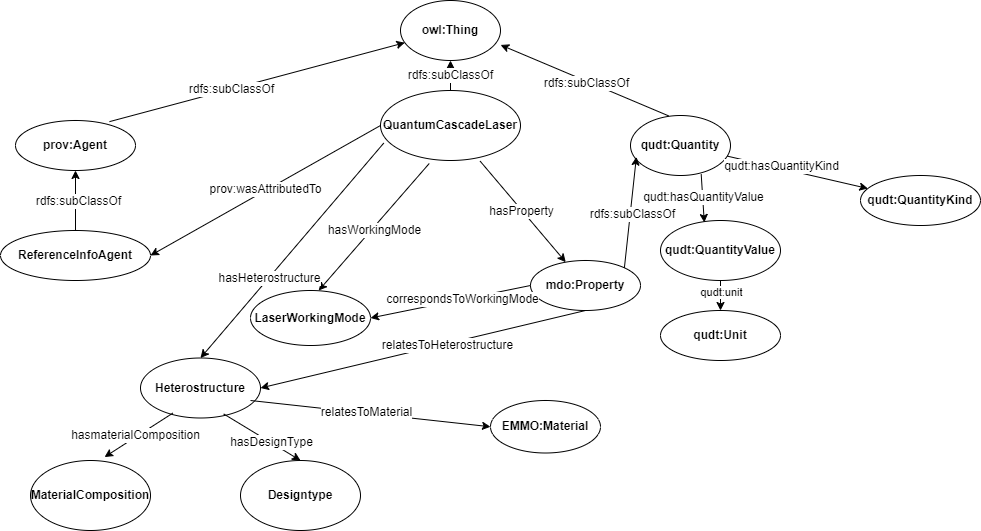
Earlier version of the draw.io export Figures/ontology_v1.png (DeperiasKerre/qcl_Onto). Source tidied: cells renumbered, new cells last; positions are measured from the earlier drawing's top-left corner, leaving out a move shared by most shapes. Source of this version:
```xml
<mxGraphModel>
  <root>
    <mxCell id="0" />
    <mxCell id="1" parent="0" />
    <mxCell id="2" value="&lt;b&gt;&lt;font style=&quot;font-size: 12px;&quot;&gt;owl:Thing&lt;/font&gt;&lt;/b&gt;" style="ellipse;whiteSpace=wrap;html=1;" parent="1" vertex="1">
      <mxGeometry x="400" width="100" height="60" as="geometry" />
    </mxCell>
    <mxCell id="3" value="&lt;b&gt;&lt;font style=&quot;font-size: 12px;&quot;&gt;QuantumCascadeLaser&lt;/font&gt;&lt;/b&gt;" style="ellipse;whiteSpace=wrap;html=1;" parent="1" vertex="1">
      <mxGeometry x="380" y="90" width="140" height="70" as="geometry" />
    </mxCell>
    <mxCell id="4" value="&lt;b&gt;&lt;font style=&quot;font-size: 12px;&quot;&gt;prov:Agent&lt;/font&gt;&lt;/b&gt;" style="ellipse;whiteSpace=wrap;html=1;" parent="1" vertex="1">
      <mxGeometry x="15" y="120" width="120" height="50" as="geometry" />
    </mxCell>
    <mxCell id="5" value="&lt;b&gt;&lt;font style=&quot;font-size: 12px;&quot;&gt;qudt:Quantity&lt;/font&gt;&lt;/b&gt;" style="ellipse;whiteSpace=wrap;html=1;" parent="1" vertex="1">
      <mxGeometry x="630" y="115" width="100" height="60" as="geometry" />
    </mxCell>
    <mxCell id="6" style="endArrow=classic;html=1;rounded=0;exitX=0.783;exitY=0.023;exitDx=0;exitDy=0;exitPerimeter=0;" parent="1" edge="1" source="4" target="2">
      <mxGeometry relative="1" as="geometry" />
    </mxCell>
    <mxCell id="7" value="&lt;font style=&quot;font-size: 12px;&quot;&gt;rdfs:subClassOf&lt;/font&gt;" style="edgeLabel;html=1;align=center;verticalAlign=middle;" parent="6" vertex="1">
      <mxGeometry x="-0.17" relative="1" as="geometry" />
    </mxCell>
    <mxCell id="8" style="endArrow=classic;html=1;rounded=0;entryX=0.5;entryY=1;entryDx=0;entryDy=0;exitX=0.5;exitY=0;exitDx=0;exitDy=0;" parent="1" edge="1" source="3" target="2">
      <mxGeometry relative="1" as="geometry" />
    </mxCell>
    <mxCell id="9" value="&lt;font style=&quot;font-size: 12px;&quot;&gt;rdfs:subClassOf&lt;/font&gt;" style="edgeLabel;html=1;align=center;verticalAlign=middle;" parent="8" vertex="1">
      <mxGeometry x="0.09" y="1" relative="1" as="geometry" />
    </mxCell>
    <mxCell id="10" style="endArrow=classic;html=1;rounded=0;entryX=1.001;entryY=0.741;entryDx=0;entryDy=0;entryPerimeter=0;exitX=0.381;exitY=0.006;exitDx=0;exitDy=0;exitPerimeter=0;" parent="1" edge="1" source="5" target="2">
      <mxGeometry relative="1" as="geometry" />
    </mxCell>
    <mxCell id="11" value="&lt;font style=&quot;font-size: 12px;&quot;&gt;rdfs:subClassOf&lt;/font&gt;" style="edgeLabel;html=1;align=center;verticalAlign=middle;" parent="10" vertex="1">
      <mxGeometry x="-0.03" y="2" relative="1" as="geometry" />
    </mxCell>
    <mxCell id="12" value="&lt;b&gt;mdo:Property&lt;/b&gt;" style="ellipse;whiteSpace=wrap;html=1;" parent="1" vertex="1">
      <mxGeometry x="530" y="260" width="110" height="50" as="geometry" />
    </mxCell>
    <mxCell id="13" style="endArrow=classic;html=1;rounded=0;exitX=0.712;exitY=1.01;exitDx=0;exitDy=0;exitPerimeter=0;" parent="1" edge="1" source="3" target="12">
      <mxGeometry relative="1" as="geometry" />
    </mxCell>
    <mxCell id="14" value="&lt;font style=&quot;font-size: 12px;&quot;&gt;hasProperty&lt;/font&gt;" style="edgeLabel;html=1;align=center;verticalAlign=middle;" parent="13" vertex="1">
      <mxGeometry x="-0.01" y="-1" relative="1" as="geometry" />
    </mxCell>
    <mxCell id="15" style="endArrow=classic;html=1;rounded=0;entryX=0.059;entryY=0.69;entryDx=0;entryDy=0;entryPerimeter=0;exitX=1;exitY=0;exitDx=0;exitDy=0;" parent="1" edge="1" source="12" target="5">
      <mxGeometry relative="1" as="geometry" />
    </mxCell>
    <mxCell id="16" value="&lt;font style=&quot;font-size: 12px;&quot;&gt;rdfs:subClassOf&lt;/font&gt;" style="edgeLabel;html=1;align=center;verticalAlign=middle;" parent="15" vertex="1">
      <mxGeometry x="-0.03" y="-2" relative="1" as="geometry" />
    </mxCell>
    <mxCell id="17" value="&lt;b&gt;qudt:QuantityKind&lt;/b&gt;" style="ellipse;whiteSpace=wrap;html=1;" parent="1" vertex="1">
      <mxGeometry x="860" y="175" width="120" height="50" as="geometry" />
    </mxCell>
    <mxCell id="18" value="&lt;b&gt;qudt:QuantityValue&lt;/b&gt;" style="ellipse;whiteSpace=wrap;html=1;" parent="1" vertex="1">
      <mxGeometry x="660" y="220" width="120" height="60" as="geometry" />
    </mxCell>
    <mxCell id="19" value="&lt;b&gt;qudt:Unit&lt;/b&gt;" style="ellipse;whiteSpace=wrap;html=1;" parent="1" vertex="1">
      <mxGeometry x="660" y="310" width="120" height="50" as="geometry" />
    </mxCell>
    <mxCell id="20" style="endArrow=classic;html=1;rounded=0;entryX=0.365;entryY=0.033;entryDx=0;entryDy=0;exitX=0.707;exitY=0.979;exitDx=0;exitDy=0;exitPerimeter=0;entryPerimeter=0;" parent="1" edge="1" source="5" target="18">
      <mxGeometry relative="1" as="geometry" />
    </mxCell>
    <mxCell id="21" value="&lt;font style=&quot;font-size: 12px;&quot;&gt;qudt:hasQuantityValue&lt;/font&gt;" style="edgeLabel;html=1;align=center;verticalAlign=middle;" parent="20" vertex="1">
      <mxGeometry x="-0.04" relative="1" as="geometry" />
    </mxCell>
    <mxCell id="22" style="endArrow=classic;html=1;rounded=0;exitX=0.965;exitY=0.676;exitDx=0;exitDy=0;exitPerimeter=0;" parent="1" edge="1" source="5" target="17">
      <mxGeometry relative="1" as="geometry" />
    </mxCell>
    <mxCell id="23" value="&lt;font style=&quot;font-size: 12px;&quot;&gt;qudt:hasQuantityKind&lt;/font&gt;" style="edgeLabel;html=1;align=center;verticalAlign=middle;" parent="22" vertex="1">
      <mxGeometry x="-0.24" y="2" relative="1" as="geometry" />
    </mxCell>
    <mxCell id="24" style="endArrow=classic;html=1;rounded=0;entryX=0.5;entryY=0;entryDx=0;entryDy=0;" parent="1" edge="1" source="18" target="19">
      <mxGeometry relative="1" as="geometry" />
    </mxCell>
    <mxCell id="25" value="qudt:unit" style="edgeLabel;html=1;align=center;verticalAlign=middle;" parent="24" vertex="1">
      <mxGeometry x="-0.28" relative="1" as="geometry" />
    </mxCell>
    <mxCell id="26" value="&lt;font style=&quot;font-size: 12px;&quot;&gt;&lt;b&gt;ReferenceInfoAgent&lt;/b&gt;&lt;/font&gt;" style="ellipse;whiteSpace=wrap;html=1;" parent="1" vertex="1">
      <mxGeometry y="230" width="150" height="50" as="geometry" />
    </mxCell>
    <mxCell id="27" style="endArrow=classic;html=1;rounded=0;exitX=0.5;exitY=0;exitDx=0;exitDy=0;entryX=0.5;entryY=1;entryDx=0;entryDy=0;" parent="1" edge="1" source="26" target="4">
      <mxGeometry relative="1" as="geometry" />
    </mxCell>
    <mxCell id="28" value="&lt;font style=&quot;font-size: 12px;&quot;&gt;rdfs:subClassOf&lt;/font&gt;" style="edgeLabel;html=1;align=center;verticalAlign=middle;" parent="27" vertex="1">
      <mxGeometry x="-0.02" y="-2" relative="1" as="geometry" />
    </mxCell>
    <mxCell id="29" value="&lt;b&gt;Heterostructure&lt;/b&gt;" style="ellipse;whiteSpace=wrap;html=1;" parent="1" vertex="1">
      <mxGeometry x="140" y="357.5" width="120" height="60" as="geometry" />
    </mxCell>
    <mxCell id="30" value="&lt;b&gt;LaserWorkingMode&lt;/b&gt;" style="ellipse;whiteSpace=wrap;html=1;" parent="1" vertex="1">
      <mxGeometry x="250" y="290" width="120" height="55" as="geometry" />
    </mxCell>
    <mxCell id="31" style="endArrow=classic;html=1;rounded=0;exitX=0.348;exitY=1.043;exitDx=0;exitDy=0;exitPerimeter=0;entryX=0.568;entryY=0.001;entryDx=0;entryDy=0;entryPerimeter=0;" parent="1" edge="1" source="3" target="30">
      <mxGeometry relative="1" as="geometry" />
    </mxCell>
    <mxCell id="32" value="&lt;font style=&quot;font-size: 12px;&quot;&gt;hasWorkingMode&lt;/font&gt;" style="edgeLabel;html=1;align=center;verticalAlign=middle;" parent="31" vertex="1">
      <mxGeometry x="0.03" y="1" relative="1" as="geometry">
        <mxPoint x="1" as="offset" />
      </mxGeometry>
    </mxCell>
    <mxCell id="33" style="endArrow=classic;html=1;rounded=0;exitX=0.023;exitY=0.752;exitDx=0;exitDy=0;exitPerimeter=0;entryX=0.5;entryY=0;entryDx=0;entryDy=0;" parent="1" edge="1" source="3" target="29">
      <mxGeometry relative="1" as="geometry" />
    </mxCell>
    <mxCell id="34" value="&lt;font style=&quot;font-size: 12px;&quot;&gt;hasHeterostructure&lt;/font&gt;" style="edgeLabel;html=1;align=center;verticalAlign=middle;" parent="33" vertex="1">
      <mxGeometry x="0.25" relative="1" as="geometry" />
    </mxCell>
    <mxCell id="35" value="&lt;b&gt;MaterialComposition&lt;/b&gt;" style="ellipse;whiteSpace=wrap;html=1;" parent="1" vertex="1">
      <mxGeometry x="30" y="460" width="120" height="70" as="geometry" />
    </mxCell>
    <mxCell id="36" value="&lt;b&gt;Designtype&lt;/b&gt;" style="ellipse;whiteSpace=wrap;html=1;" parent="1" vertex="1">
      <mxGeometry x="240" y="460" width="120" height="70" as="geometry" />
    </mxCell>
    <mxCell id="37" style="endArrow=classic;html=1;rounded=0;exitX=0.269;exitY=0.919;exitDx=0;exitDy=0;exitPerimeter=0;entryX=0.617;entryY=-0.049;entryDx=0;entryDy=0;entryPerimeter=0;" parent="1" edge="1" source="29" target="35">
      <mxGeometry relative="1" as="geometry" />
    </mxCell>
    <mxCell id="38" value="&lt;font style=&quot;font-size: 12px;&quot;&gt;hasmaterialComposition&lt;/font&gt;" style="edgeLabel;html=1;align=center;verticalAlign=middle;" parent="37" vertex="1">
      <mxGeometry x="0.08" y="-2" relative="1" as="geometry" />
    </mxCell>
    <mxCell id="39" style="endArrow=classic;html=1;rounded=0;exitX=0.693;exitY=0.932;exitDx=0;exitDy=0;exitPerimeter=0;entryX=0.5;entryY=0;entryDx=0;entryDy=0;" parent="1" edge="1" source="29" target="36">
      <mxGeometry relative="1" as="geometry" />
    </mxCell>
    <mxCell id="40" value="&lt;font style=&quot;font-size: 12px;&quot;&gt;hasDesignType&lt;/font&gt;" style="edgeLabel;html=1;align=center;verticalAlign=middle;" parent="39" vertex="1">
      <mxGeometry x="0.23" y="1" relative="1" as="geometry" />
    </mxCell>
    <mxCell id="41" style="endArrow=classic;html=1;rounded=0;exitX=0.5;exitY=1;exitDx=0;exitDy=0;entryX=1;entryY=0.5;entryDx=0;entryDy=0;" parent="1" edge="1" source="12" target="29">
      <mxGeometry relative="1" as="geometry" />
    </mxCell>
    <mxCell id="42" value="&lt;font style=&quot;font-size: 12px;&quot;&gt;relatesToHeterostructure&lt;/font&gt;" style="edgeLabel;html=1;align=center;verticalAlign=middle;" parent="41" vertex="1">
      <mxGeometry x="-0.14" y="1" relative="1" as="geometry">
        <mxPoint x="1" as="offset" />
      </mxGeometry>
    </mxCell>
    <mxCell id="43" style="endArrow=classic;html=1;rounded=0;entryX=1;entryY=0.5;entryDx=0;entryDy=0;exitX=0;exitY=0.5;exitDx=0;exitDy=0;" parent="1" edge="1" source="12" target="30">
      <mxGeometry relative="1" as="geometry" />
    </mxCell>
    <mxCell id="44" value="&lt;font style=&quot;font-size: 12px;&quot;&gt;correspondsToWorkingMode&lt;/font&gt;" style="edgeLabel;html=1;align=center;verticalAlign=middle;" parent="43" vertex="1">
      <mxGeometry x="-0.15" relative="1" as="geometry" />
    </mxCell>
    <mxCell id="45" style="endArrow=classic;html=1;rounded=0;entryX=1;entryY=0.5;entryDx=0;entryDy=0;exitX=0;exitY=0.5;exitDx=0;exitDy=0;" parent="1" edge="1" source="3" target="26">
      <mxGeometry relative="1" as="geometry" />
    </mxCell>
    <mxCell id="46" value="&lt;font style=&quot;font-size: 12px;&quot;&gt;prov:wasAttributedTo&lt;/font&gt;" style="edgeLabel;html=1;align=center;verticalAlign=middle;" parent="45" vertex="1">
      <mxGeometry y="-2" relative="1" as="geometry" />
    </mxCell>
    <mxCell id="47" value="&lt;b&gt;EMMO:Material&lt;/b&gt;" style="ellipse;whiteSpace=wrap;html=1;" parent="1" vertex="1">
      <mxGeometry x="490" y="400" width="110" height="52.5" as="geometry" />
    </mxCell>
    <mxCell id="48" style="endArrow=classic;html=1;rounded=0;entryX=0;entryY=0.5;entryDx=0;entryDy=0;" parent="1" edge="1" target="47">
      <mxGeometry relative="1" as="geometry">
        <mxPoint x="250" y="400" as="sourcePoint" />
      </mxGeometry>
    </mxCell>
    <mxCell id="49" value="&lt;font style=&quot;font-size: 12px;&quot;&gt;relatesToMaterial&lt;/font&gt;" style="edgeLabel;html=1;align=center;verticalAlign=middle;" parent="48" vertex="1">
      <mxGeometry x="-0.04" y="1" relative="1" as="geometry" />
    </mxCell>
  </root>
</mxGraphModel>
```
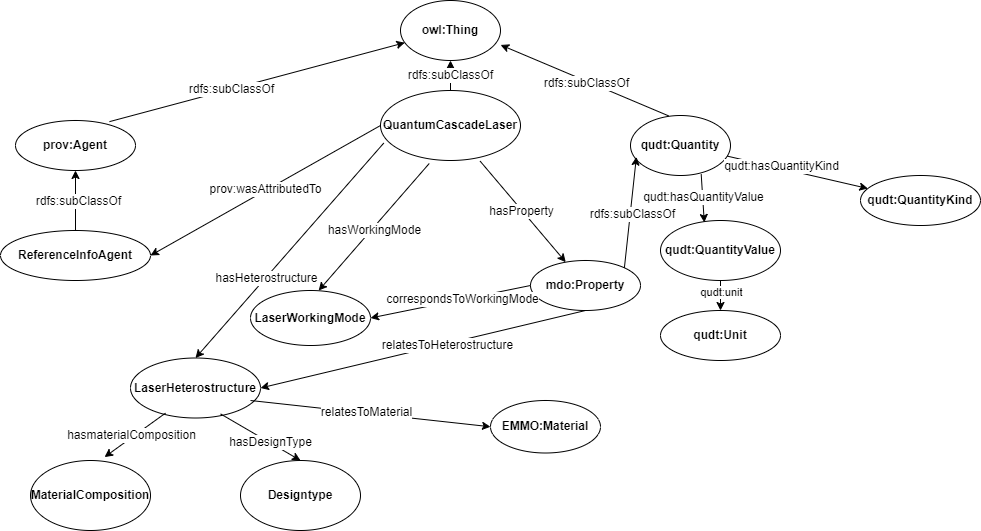
Later version of the same file.

Diff of the diagram source:
```diff
@@ -83,8 +83,8 @@
     <mxCell id="28" value="&lt;font style=&quot;font-size: 12px;&quot;&gt;rdfs:subClassOf&lt;/font&gt;" style="edgeLabel;html=1;align=center;verticalAlign=middle;" parent="27" vertex="1">
       <mxGeometry x="-0.02" y="-2" relative="1" as="geometry" />
     </mxCell>
-    <mxCell id="29" value="&lt;b&gt;Heterostructure&lt;/b&gt;" style="ellipse;whiteSpace=wrap;html=1;" parent="1" vertex="1">
-      <mxGeometry x="140" y="357.5" width="120" height="60" as="geometry" />
+    <mxCell id="29" value="&lt;b&gt;LaserHeterostructure&lt;/b&gt;" style="ellipse;whiteSpace=wrap;html=1;" parent="1" vertex="1">
+      <mxGeometry x="130" y="357.5" width="130" height="60" as="geometry" />
     </mxCell>
     <mxCell id="30" value="&lt;b&gt;LaserWorkingMode&lt;/b&gt;" style="ellipse;whiteSpace=wrap;html=1;" parent="1" vertex="1">
       <mxGeometry x="250" y="290" width="120" height="55" as="geometry" />
```
